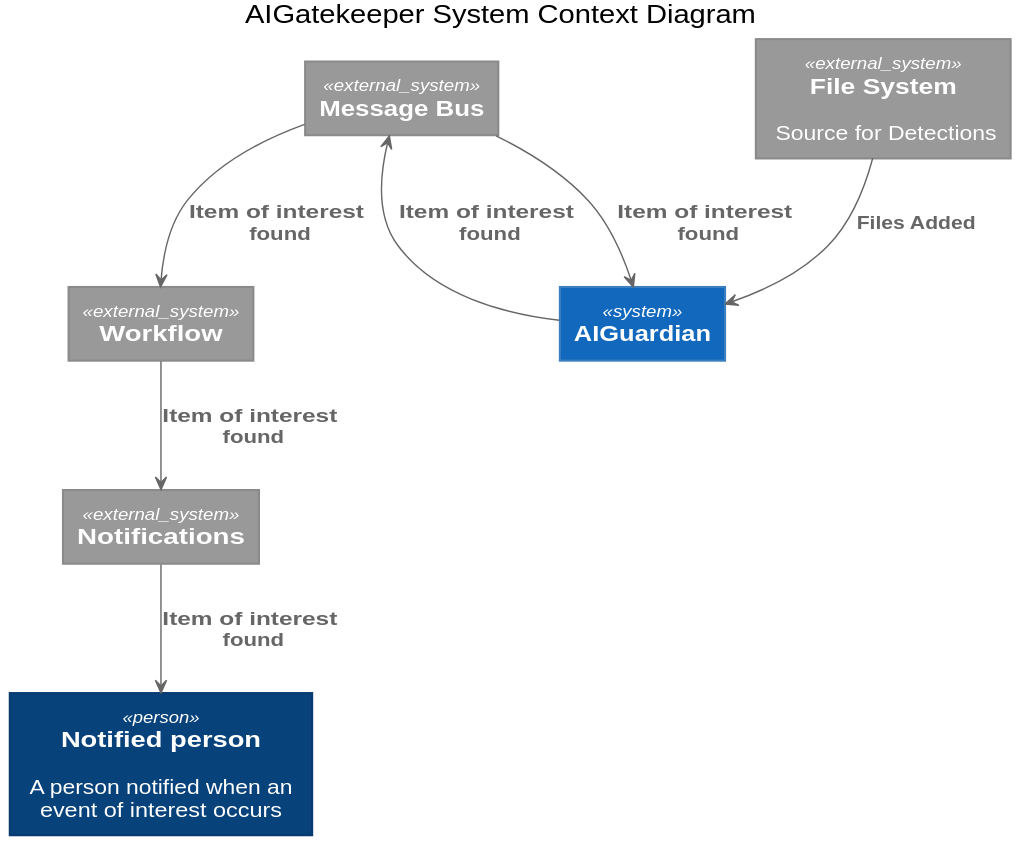
Earlier version of the PlantUML export diagrams/systemcontext.svg (johnhinz/AIGatekeeper). Source of this version:
```plantuml
@startuml
!includeurl https://raw.githubusercontent.com/RicardoNiepel/C4-PlantUML/master/C4_Context.puml

title AIGatekeeper System Context Diagram

Person(recipient, "Notified person", "A person notified when an event of interest occurs")

System(guard, "AIGuardian")

System_Ext(filesys, "File System", "Source for Detections")
System_Ext(bus, "Message Bus")
System_Ext(notification, "Notifications")
System_Ext(workflow, "Workflow")

Rel(filesys, guard, "Files Added")
Rel(guard, bus, "Item of interest found")
Rel(bus, guard, "Item of interest found")
Rel(bus, workflow, "Item of interest found")
Rel(workflow, notification, "Item of interest found")
Rel(notification, recipient, "Item of interest found")
@enduml
```
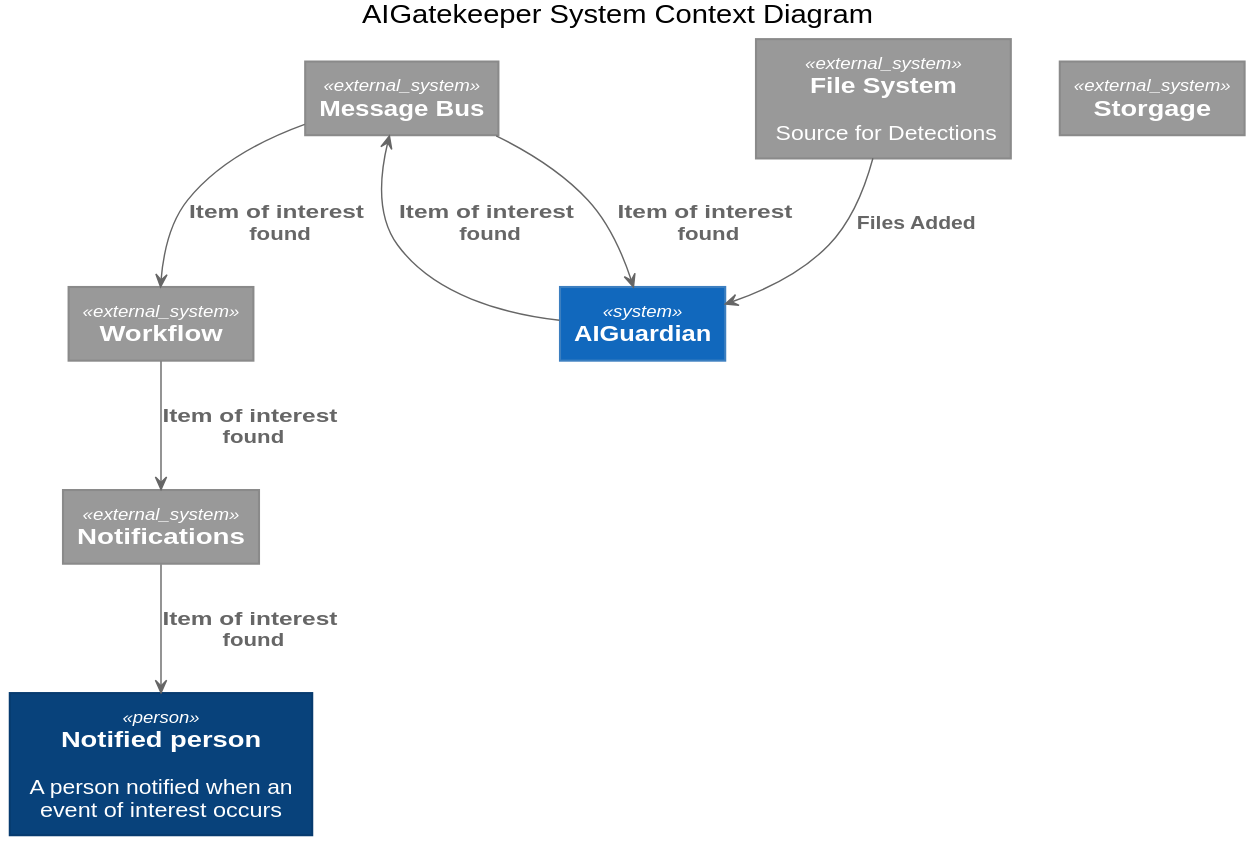
After the commit.

What changed in the source:
```diff
@@ -11,6 +11,7 @@
 System_Ext(bus, "Message Bus")
 System_Ext(notification, "Notifications")
 System_Ext(workflow, "Workflow")
+System_Ext(persist, "Storgage")
 
 Rel(filesys, guard, "Files Added")
 Rel(guard, bus, "Item of interest found")
```
